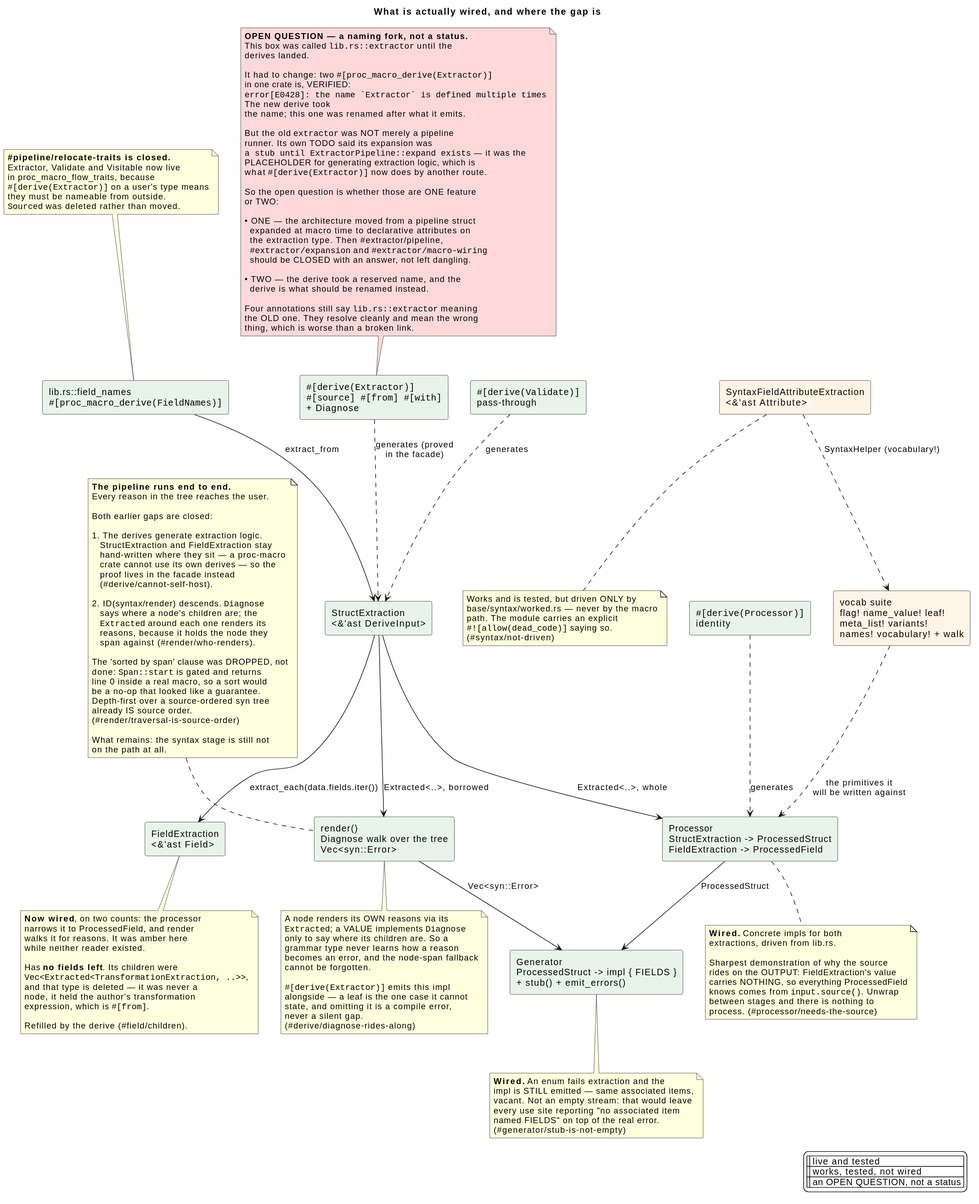
Earlier version of the PlantUML export docs/design/03-pipeline-status.svg (nzuzomagagula/proc-macro-flow). Its diagram source:
```plantuml
@startuml
title What is actually wired, and where the gap is

skinparam shadowing false
skinparam legendBackgroundColor #FFFFFF

rectangle "lib.rs::field_names\n""#[proc_macro_derive(FieldNames)]""" as Entry #E8F4EA

rectangle "StructExtraction\n<&'ast DeriveInput>" as S #E8F4EA
rectangle "FieldExtraction\n<&'ast Field>" as F #E8F4EA
rectangle "SyntaxFieldAttributeExtraction\n<&'ast Attribute>" as Y #FFF4E5

rectangle "vocab suite\nflag! name_value! leaf!\nmeta_list! variants!\nnames! vocabulary! + walk" as V #FFF4E5

rectangle "Processor\nStructExtraction -> ProcessedStruct\nFieldExtraction  -> ProcessedField" as P #E8F4EA
rectangle "Generator\nProcessedStruct -> impl { FIELDS }\n+ stub() + emit_errors()" as G #E8F4EA

rectangle "render()\nDiagnose walk over the tree\nVec<syn::Error>" as R #E8F4EA

rectangle """#[derive(Extractor)]""\n""#[source] #[from] #[with]""\n+ Diagnose" as DE #E8F4EA
rectangle """#[derive(Processor)]""\nidentity" as DP #E8F4EA
rectangle """#[derive(Validate)]""\npass-through" as DV #E8F4EA

Entry --> S : extract_from
S --> F : extract_each(data.fields.iter())

S --> R : Extracted<..>, borrowed
R --> G : Vec<syn::Error>
S --> P : Extracted<..>, whole
P --> G : ProcessedStruct

V ..> P : the primitives it\nwill be written against
Y ..> V : SyntaxHelper (vocabulary!)

DE ..> S : generates (proved\nin the facade)
DP ..> P : generates
DV ..> S : generates

note bottom of F
  **Now wired**, on two counts: the processor
  narrows it to ProcessedField, and render
  walks it for reasons. It was amber here
  while neither reader existed.

  Has **no fields left**. Its children were
  ""Vec<Extracted<TransformationExtraction, ..>>"",
  and that type is deleted — it was never a
  node, it held the author's transformation
  expression, which is ""#[from]"".

  Refilled by the derive (#field/children).
end note

note bottom of Y
  Works and is tested, but driven ONLY by
  base/syntax/worked.rs — never by the macro
  path. The module carries an explicit
  ""#![allow(dead_code)]"" saying so.
  (#syntax/not-driven)
end note

note bottom of P
  **Wired.** Concrete impls for both
  extractions, driven from lib.rs.

  Sharpest demonstration of why the source
  rides on the OUTPUT: FieldExtraction's value
  carries NOTHING, so everything ProcessedField
  knows comes from ""input.source()"". Unwrap
  between stages and there is nothing to
  process. (#processor/needs-the-source)
end note

note bottom of G
  **Wired.** An enum fails extraction and the
  impl is STILL emitted — same associated items,
  vacant. Not an empty stream: that would leave
  every use site reporting "no associated item
  named FIELDS" on top of the real error.
  (#generator/stub-is-not-empty)
end note

legend right
  |<#E8F4EA>| live and tested |
  |<#FFF4E5>| works, tested, not wired |
  |<#FFD9D9>| an OPEN QUESTION, not a status |
endlegend

note as Gap
  **The pipeline runs end to end.**
  Every reason in the tree reaches the user.

  Both earlier gaps are closed:

  1. The derives generate extraction logic.
     StructExtraction and FieldExtraction stay
     hand-written where they sit — a proc-macro
     crate cannot use its own derives — so the
     proof lives in the facade instead
     (#derive/cannot-self-host).

  2. ID(syntax/render) descends. ""Diagnose""
     says where a node's children are; the
     ""Extracted"" around each one renders its
     reasons, because it holds the node they
     span against (#render/who-renders).

  The 'sorted by span' clause was DROPPED, not
  done: ""Span::start"" is gated and returns
  line 0 inside a real macro, so a sort would
  be a no-op that looked like a guarantee.
  Depth-first over a source-ordered syn tree
  already IS source order.
  (#render/traversal-is-source-order)

  What remains: the syntax stage is still not
  on the path at all.
end note

Gap .. R

note bottom of R
  A node renders its OWN reasons via its
  ""Extracted""; a VALUE implements ""Diagnose""
  only to say where its children are. So a
  grammar type never learns how a reason
  becomes an error, and the node-span fallback
  cannot be forgotten.

  ""#[derive(Extractor)]"" emits this impl
  alongside — a leaf is the one case it cannot
  state, and omitting it is a compile error,
  never a silent gap.
  (#derive/diagnose-rides-along)
end note

note as Closed
  **#pipeline/relocate-traits is closed.**
  Extractor, Validate and Visitable now live
  in proc_macro_flow_traits, because
  ""#[derive(Extractor)]"" on a user's type means
  they must be nameable from outside.
  ""Sourced"" was deleted rather than moved.
end note

Closed .. Entry

note as Naming #FFD9D9
  **OPEN QUESTION — a naming fork, not a status.**
  This box was called ""lib.rs::extractor"" until the
  derives landed.

  It had to change: two ""#[proc_macro_derive(Extractor)]""
  in one crate is, VERIFIED:
  ""error[E0428]: the name `Extractor` is defined multiple times""
  The new derive took
  the name; this one was renamed after what it emits.

  But the old ""extractor"" was NOT merely a pipeline
  runner. Its own TODO said its expansion was
  ""a stub until ExtractorPipeline::expand exists"" — it was the
  PLACEHOLDER for generating extraction logic, which is
  what ""#[derive(Extractor)]"" now does by another route.

  So the open question is whether those are ONE feature
  or TWO:

  • ONE — the architecture moved from a pipeline struct
    expanded at macro time to declarative attributes on
    the extraction type. Then #extractor/pipeline,
    ""#extractor/expansion"" and ""#extractor/macro-wiring""
    should be CLOSED with an answer, not left dangling.

  • TWO — the derive took a reserved name, and the
    derive is what should be renamed instead.

  Four annotations still say ""lib.rs::extractor"" meaning
  the OLD one. They resolve cleanly and mean the wrong
  thing, which is worse than a broken link.
end note

Naming .. DE
@enduml
```
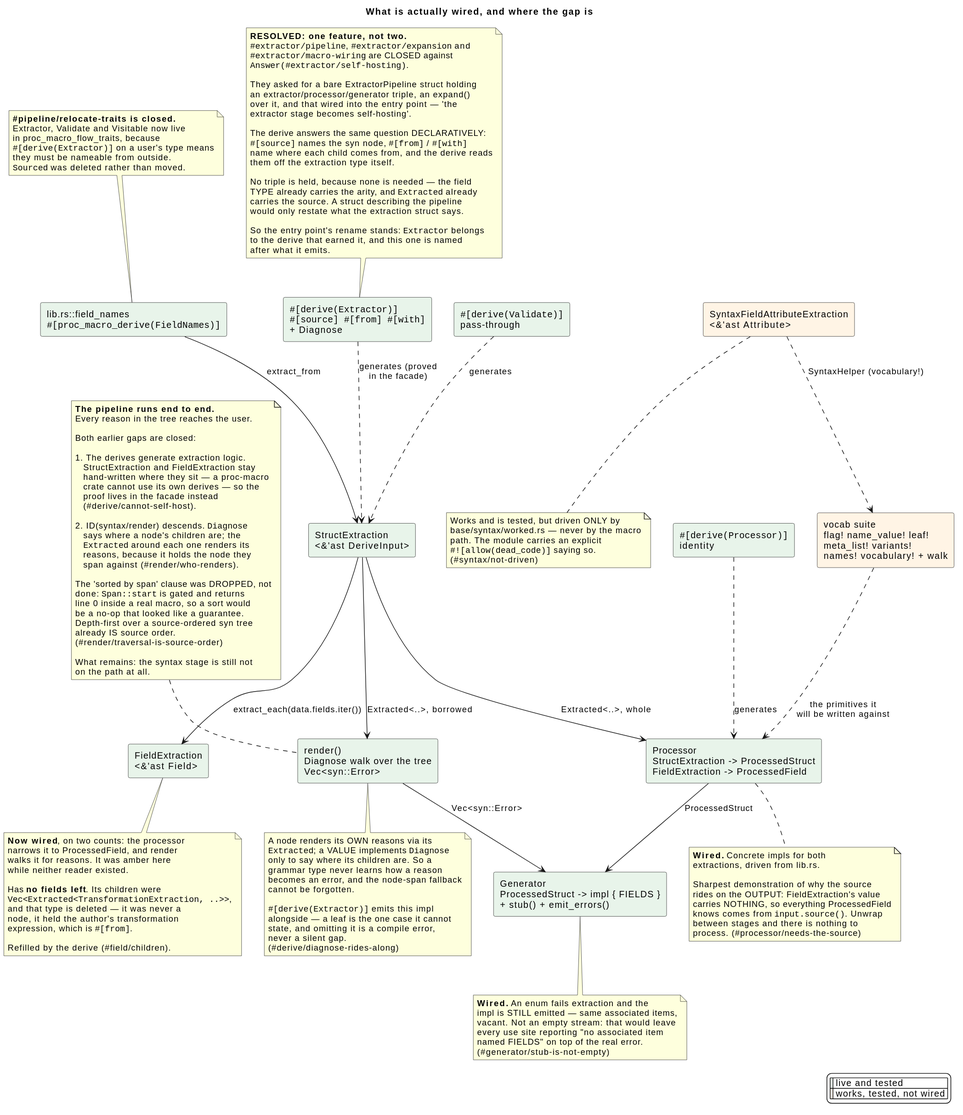
Above is the later version.

Commit message:
Resolve #from/from/names-its-target

Change to the diagram source:
```diff
@@ -83,7 +83,6 @@
 legend right
   |<#E8F4EA>| live and tested |
   |<#FFF4E5>| works, tested, not wired |
-  |<#FFD9D9>| an OPEN QUESTION, not a status |
 endlegend
 
 note as Gap
@@ -145,38 +144,30 @@
 
 Closed .. Entry
 
-note as Naming #FFD9D9
-  **OPEN QUESTION — a naming fork, not a status.**
-  This box was called ""lib.rs::extractor"" until the
-  derives landed.
+note as Naming
+  **RESOLVED: one feature, not two.**
+  ""#extractor/pipeline"", ""#extractor/expansion"" and
+  ""#extractor/macro-wiring"" are CLOSED against
+  ""Answer(#extractor/self-hosting)"".
 
-  It had to change: two ""#[proc_macro_derive(Extractor)]""
-  in one crate is, VERIFIED:
-  ""error[E0428]: the name `Extractor` is defined multiple times""
-  The new derive took
-  the name; this one was renamed after what it emits.
+  They asked for a bare ExtractorPipeline struct holding
+  an extractor/processor/generator triple, an expand()
+  over it, and that wired into the entry point — 'the
+  extractor stage becomes self-hosting'.
 
-  But the old ""extractor"" was NOT merely a pipeline
-  runner. Its own TODO said its expansion was
-  ""a stub until ExtractorPipeline::expand exists"" — it was the
-  PLACEHOLDER for generating extraction logic, which is
-  what ""#[derive(Extractor)]"" now does by another route.
+  The derive answers the same question DECLARATIVELY:
+  ""#[source]"" names the syn node, ""#[from]"" / ""#[with]""
+  name where each child comes from, and the derive reads
+  them off the extraction type itself.
 
-  So the open question is whether those are ONE feature
-  or TWO:
+  No triple is held, because none is needed — the field
+  TYPE already carries the arity, and ""Extracted"" already
+  carries the source. A struct describing the pipeline
+  would only restate what the extraction struct says.
 
-  • ONE — the architecture moved from a pipeline struct
-    expanded at macro time to declarative attributes on
-    the extraction type. Then #extractor/pipeline,
-    ""#extractor/expansion"" and ""#extractor/macro-wiring""
-    should be CLOSED with an answer, not left dangling.
-
-  • TWO — the derive took a reserved name, and the
-    derive is what should be renamed instead.
-
-  Four annotations still say ""lib.rs::extractor"" meaning
-  the OLD one. They resolve cleanly and mean the wrong
-  thing, which is worse than a broken link.
+  So the entry point's rename stands: ""Extractor"" belongs
+  to the derive that earned it, and this one is named
+  after what it emits.
 end note
 
 Naming .. DE
```
